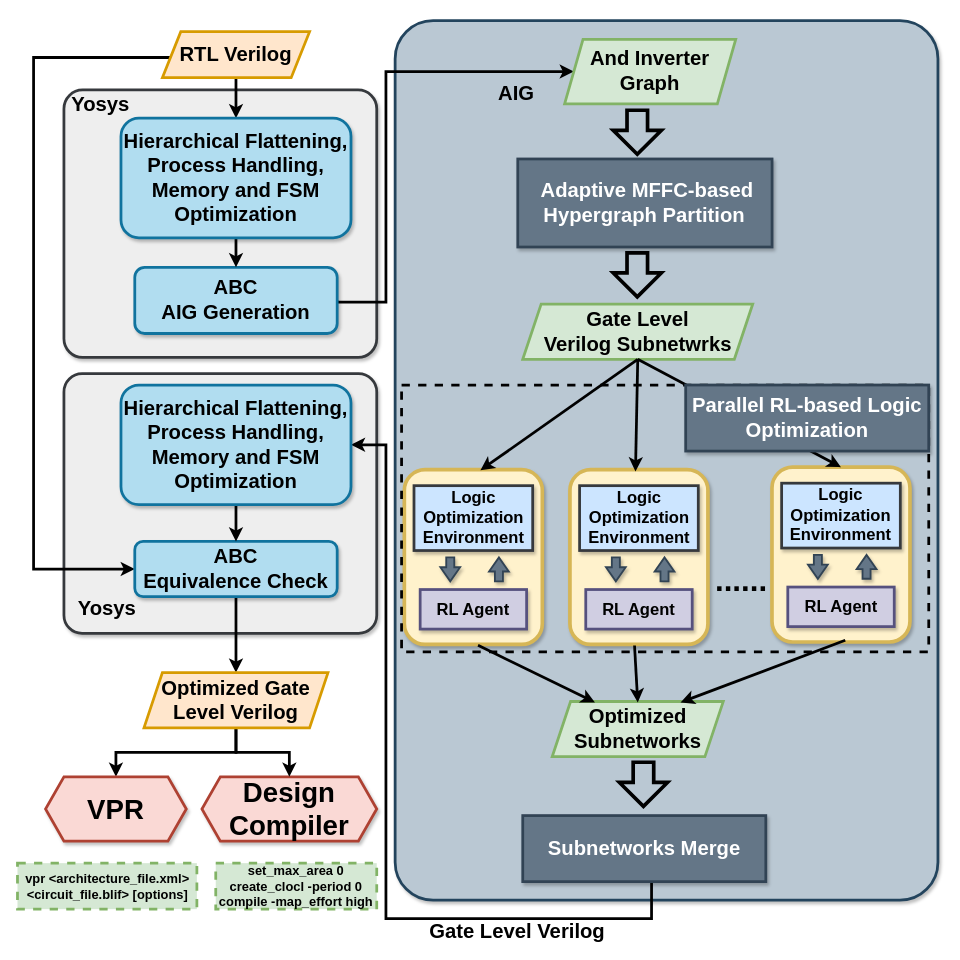
The draw.io diagram experimentFlow.drawio in kxzhu0505/LogicSynOpt, before the edit. Source tidied: cells renumbered, new cells numbered last; positions are measured from the earlier drawing's top-left corner, leaving out a move shared by most shapes. Both pictures are drawn from the tidied source at 92%, with x=0, y=0 at pixel (17, 20).
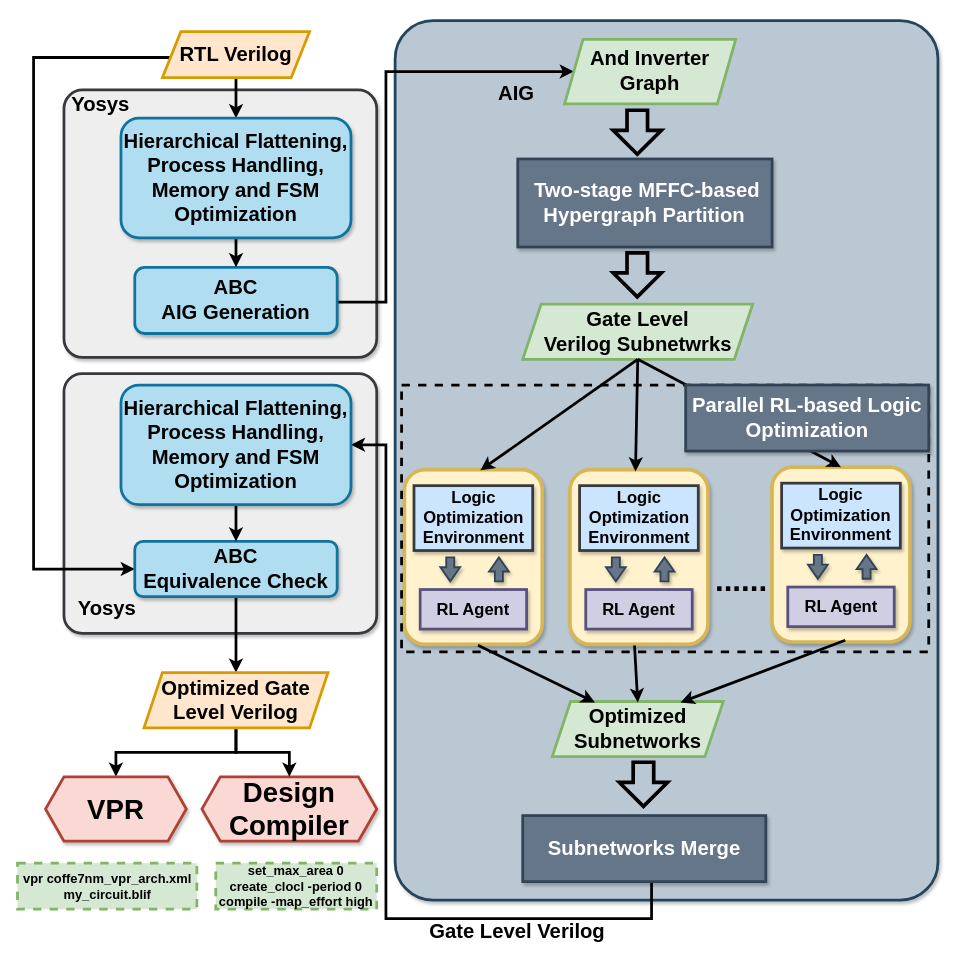
After the change.

Change to the diagram source:
```diff
@@
-    <mxCell id="18" value="&lt;b style=&quot;color: rgb(0, 0, 0);&quot;&gt;&lt;font style=&quot;font-size: 22px;&quot; color=&quot;#ffffff&quot;&gt;&amp;nbsp;Adaptive MFFC-based Hypergraph Partition&lt;/font&gt;&lt;/b&gt;" style="rounded=0;whiteSpace=wrap;html=1;fillColor=#647687;fontColor=#ffffff;strokeColor=#314354;strokeWidth=3;shadow=1;" parent="1" vertex="1">
+    <mxCell id="18" value="&lt;b style=&quot;color: rgb(0, 0, 0);&quot;&gt;&lt;font style=&quot;font-size: 22px;&quot; color=&quot;#ffffff&quot;&gt;&amp;nbsp;Two-stage MFFC-based Hypergraph Partition&lt;/font&gt;&lt;/b&gt;" style="rounded=0;whiteSpace=wrap;html=1;fillColor=#647687;fontColor=#ffffff;strokeColor=#314354;strokeWidth=3;shadow=1;" parent="1" vertex="1">
       <mxGeometry x="543.3" y="150.3" width="276.4" height="95.7" as="geometry" />
     </mxCell>
@@
-    <mxCell id="59" value="&lt;font style=&quot;font-size: 14px;&quot;&gt;&lt;b&gt;vpr &lt;span class=&quot;hljs-tag&quot;&gt;&amp;lt;&lt;span class=&quot;hljs-name&quot;&gt;architecture_file.xml&lt;/span&gt;&amp;gt;&lt;/span&gt; &lt;span class=&quot;hljs-tag&quot;&gt;&amp;lt;&lt;span class=&quot;hljs-name&quot;&gt;circuit_file.blif&lt;/span&gt;&amp;gt;&lt;/span&gt; [options]&lt;/b&gt;&lt;/font&gt;" style="rounded=0;whiteSpace=wrap;html=1;dashed=1;perimeterSpacing=3;strokeWidth=3;fillColor=#d5e8d4;strokeColor=#82b366;" parent="1" vertex="1">
+    <mxCell id="59" value="&lt;font style=&quot;font-size: 14px;&quot;&gt;&lt;b&gt;vpr coffe7nm_vpr_arch.xml&lt;/b&gt;&lt;/font&gt;&lt;div&gt;&lt;span style=&quot;font-size: 14px;&quot;&gt;&lt;b&gt;my_circuit.blif&lt;/b&gt;&lt;/span&gt;&lt;br&gt;&lt;/div&gt;" style="rounded=0;whiteSpace=wrap;html=1;dashed=1;perimeterSpacing=3;strokeWidth=3;fillColor=#d5e8d4;strokeColor=#82b366;" parent="1" vertex="1">
       <mxGeometry x="-0.5" y="915.7" width="195" height="50" as="geometry" />
     </mxCell>
```
